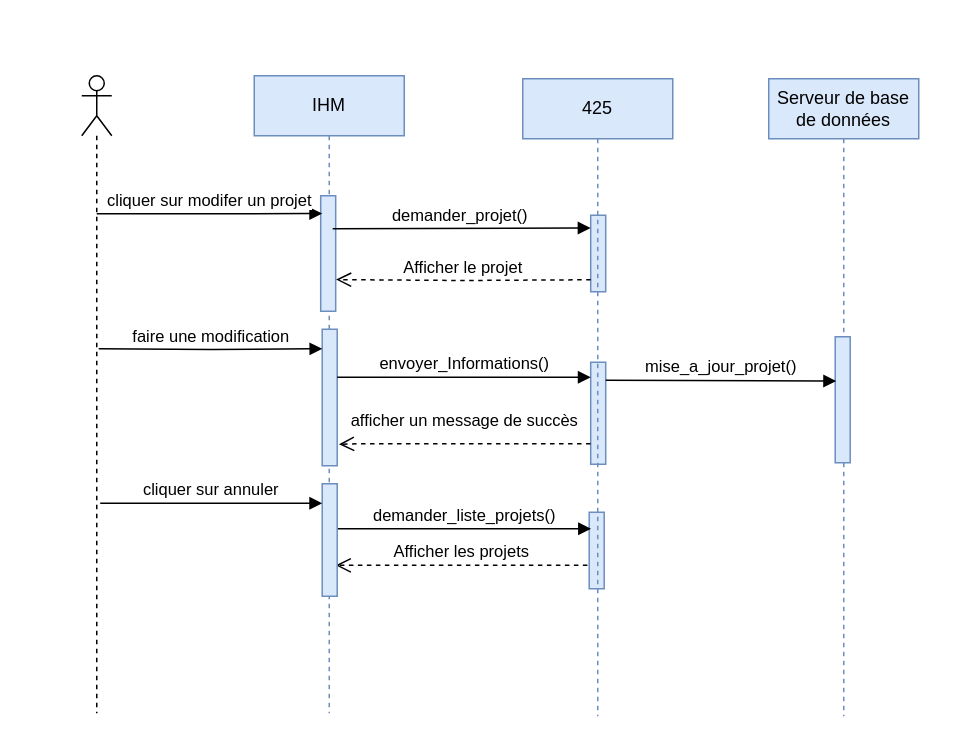
Before: ModierProjet_DiagrammeSequence.drawio in ZidiMedAmine/UML, a draw.io diagram. Source tidied: cells renumbered, new cells numbered last; positions are measured from the earlier drawing's top-left corner, leaving out a move shared by most shapes. Both pictures are drawn from the tidied source at 150%, with x=0, y=0 at pixel (81, 75).
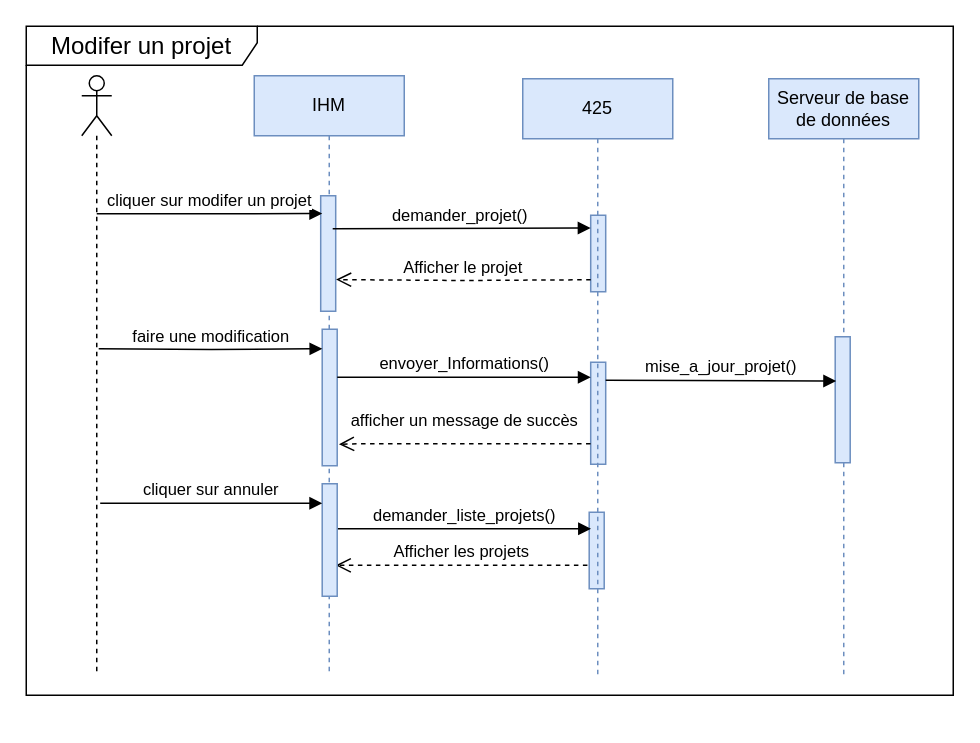
After the change.

Change to the diagram source:
```diff
@@
+    <mxCell id="23" value="Modifer un projet" style="shape=umlFrame;whiteSpace=wrap;html=1;fontSize=16;width=154;height=26;" parent="1" vertex="1">
+      <mxGeometry x="-37" y="-33" width="618" height="446" as="geometry" />
+    </mxCell>
     <mxCell id="2" style="shape=umlLifeline;participant=umlActor;perimeter=lifelinePerimeter;whiteSpace=wrap;html=1;verticalAlign=top;spacingTop=36;" parent="1" vertex="1">
-      <mxGeometry width="20" height="425" as="geometry" />
+      <mxGeometry width="20" height="400" as="geometry" />
     </mxCell>
     <mxCell id="3" value="IHM" style="shape=umlLifeline;perimeter=lifelinePerimeter;whiteSpace=wrap;html=1;fillColor=#dae8fc;strokeColor=#6c8ebf;" parent="1" vertex="1">
-      <mxGeometry x="115" width="100" height="425" as="geometry" />
+      <mxGeometry x="115" width="100" height="400" as="geometry" />
     </mxCell>
     <mxCell id="4" value="Serveur de base de données" style="shape=umlLifeline;perimeter=lifelinePerimeter;whiteSpace=wrap;html=1;fillColor=#dae8fc;strokeColor=#6c8ebf;" parent="1" vertex="1">
-      <mxGeometry x="458" y="2" width="100" height="425" as="geometry" />
+      <mxGeometry x="458" y="2" width="100" height="400" as="geometry" />
     </mxCell>
@@
     <mxCell id="22" value="425" style="shape=umlLifeline;perimeter=lifelinePerimeter;whiteSpace=wrap;html=1;fillColor=#dae8fc;strokeColor=#6c8ebf;" parent="1" vertex="1">
-      <mxGeometry x="294" y="2" width="100" height="425" as="geometry" />
+      <mxGeometry x="294" y="2" width="100" height="400" as="geometry" />
     </mxCell>
```
